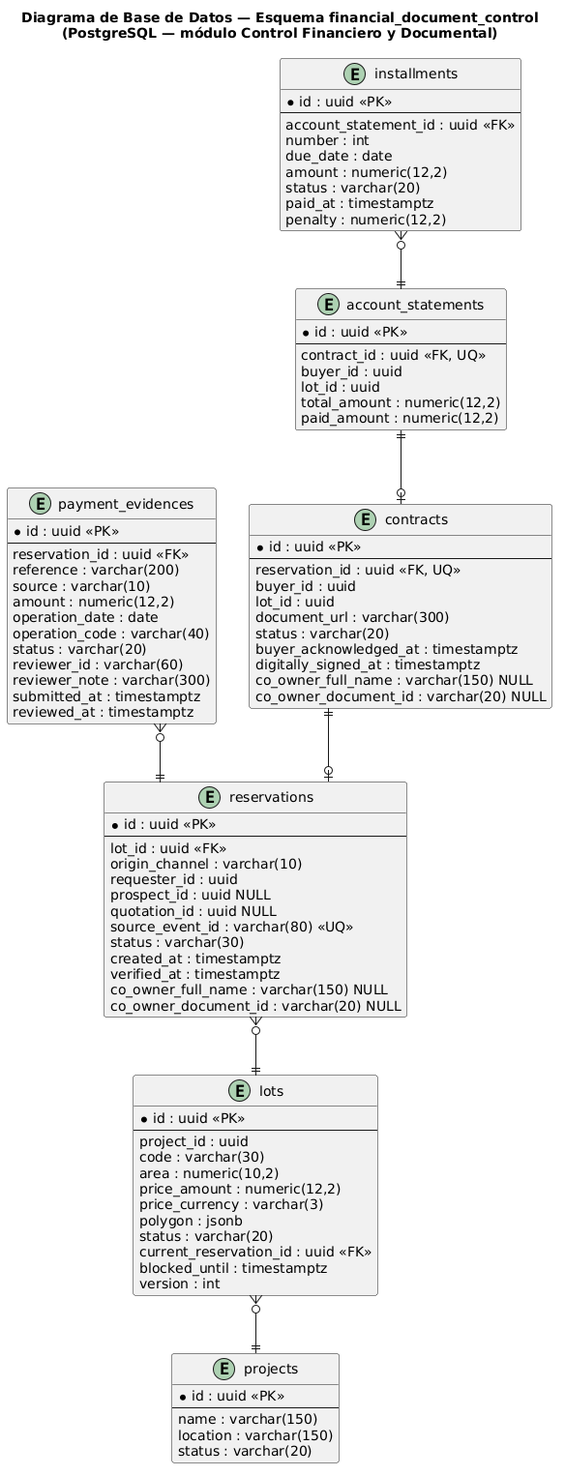
Earlier version of the PlantUML export assets/cap2/DB-Control-Financiero-y-Documental.png (1ACC0238-2620-13981-NovaCorp-InmoNode/InmoNode-Project-Report).
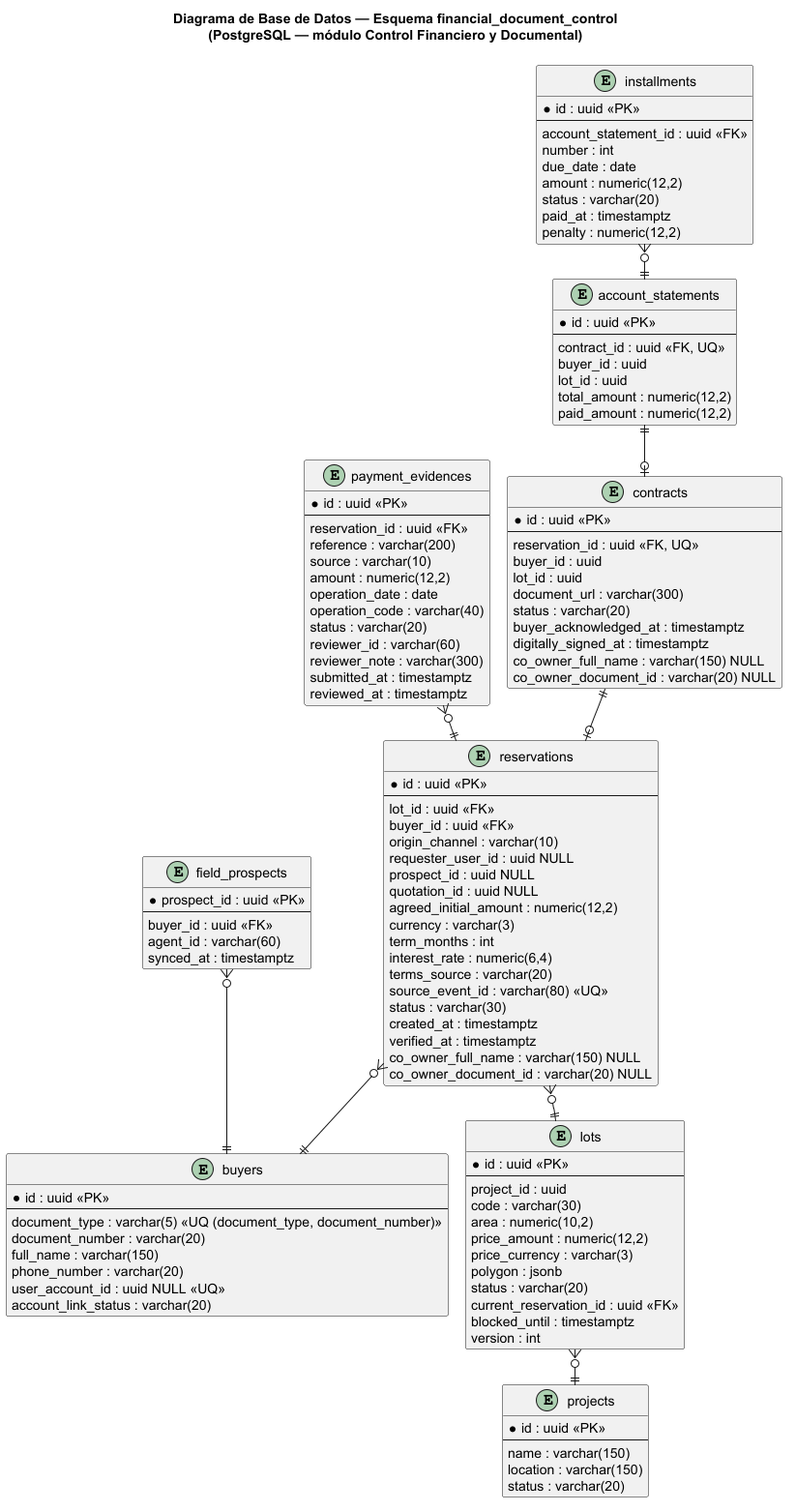
After the commit.

Commit message:
fix(chapter-02): sync PlantUML diagrams with voucher, buyer identity and financing terms changes

What changed in the source:
```diff
@@ -1,4 +1,5 @@
 @startuml
+!pragma layout smetana
 title Diagrama de Base de Datos — Esquema financial_document_control\n(PostgreSQL — módulo Control Financiero y Documental)
 
 skinparam linetype ortho
@@ -26,14 +27,39 @@
   version : int
 }
 
+entity "buyers" as buyers {
+  * id : uuid <<PK>>
+  --
+  document_type : varchar(5) <<UQ (document_type, document_number)>>
+  document_number : varchar(20)
+  full_name : varchar(150)
+  phone_number : varchar(20)
+  user_account_id : uuid NULL <<UQ>>
+  account_link_status : varchar(20)
+}
+
+entity "field_prospects" as field_prospects {
+  * prospect_id : uuid <<PK>>
+  --
+  buyer_id : uuid <<FK>>
+  agent_id : varchar(60)
+  synced_at : timestamptz
+}
+
 entity "reservations" as reservations {
   * id : uuid <<PK>>
   --
   lot_id : uuid <<FK>>
+  buyer_id : uuid <<FK>>
   origin_channel : varchar(10)
-  requester_id : uuid
+  requester_user_id : uuid NULL
   prospect_id : uuid NULL
   quotation_id : uuid NULL
+  agreed_initial_amount : numeric(12,2)
+  currency : varchar(3)
+  term_months : int
+  interest_rate : numeric(6,4)
+  terms_source : varchar(20)
   source_event_id : varchar(80) <<UQ>>
   status : varchar(30)
   created_at : timestamptz
@@ -96,6 +122,8 @@
 
 lots }o--|| projects
 reservations }o--|| lots
+reservations }o--|| buyers
+field_prospects }o--|| buyers
 payment_evidences }o--|| reservations
 contracts ||--o| reservations
 account_statements ||--o| contracts
```
